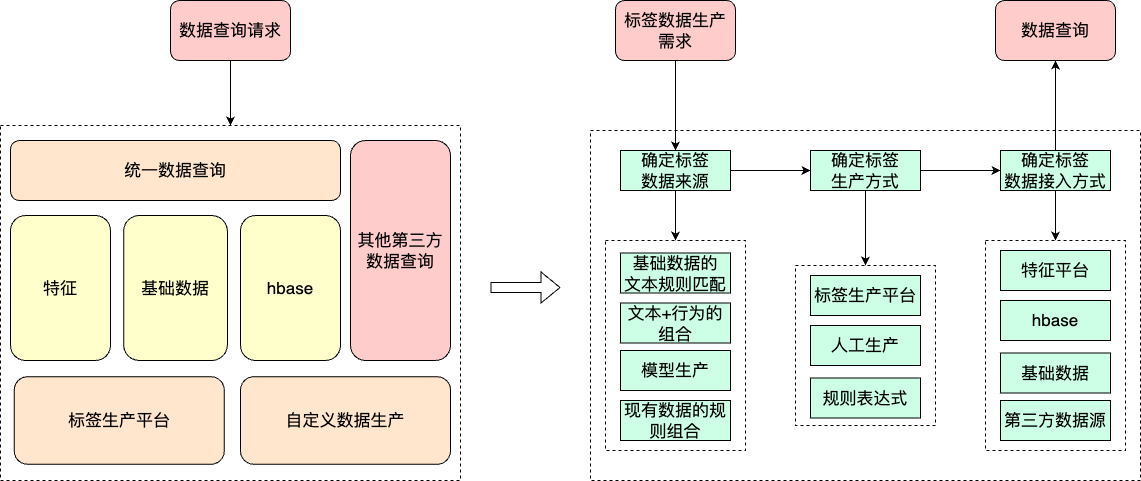
liujunao/draw-data keeps this draw.io diagram as work-draw-file/标签数据模块架构.png. Above is the earlier version. Source tidied: cells renumbered, new cells last; positions are measured from the earlier drawing's top-left corner, leaving out a move shared by most shapes. The source it was exported from:
```xml
<mxGraphModel>
  <root>
    <mxCell id="0" />
    <mxCell id="1" parent="0" />
    <mxCell id="2" style="rounded=0;whiteSpace=wrap;html=1;dashed=1;" parent="1" vertex="1">
      <mxGeometry x="590" y="130" width="550" height="350" as="geometry" />
    </mxCell>
    <mxCell id="3" style="rounded=0;whiteSpace=wrap;html=1;dashed=1;" parent="1" vertex="1">
      <mxGeometry x="795" y="265" width="140" height="160" as="geometry" />
    </mxCell>
    <mxCell id="4" style="rounded=0;whiteSpace=wrap;html=1;dashed=1;" parent="1" vertex="1">
      <mxGeometry x="605" y="240" width="140" height="210" as="geometry" />
    </mxCell>
    <mxCell id="5" style="rounded=0;whiteSpace=wrap;html=1;dashed=1;" parent="1" vertex="1">
      <mxGeometry y="125" width="460" height="355" as="geometry" />
    </mxCell>
    <mxCell id="6" style="edgeStyle=orthogonalEdgeStyle;rounded=0;jettySize=auto;html=1;exitX=0.5;exitY=1;exitDx=0;exitDy=0;entryX=0.5;entryY=0;entryDx=0;entryDy=0;" parent="1" edge="1" source="7" target="5">
      <mxGeometry relative="1" as="geometry" />
    </mxCell>
    <mxCell id="7" value="&lt;font size=&quot;3&quot;&gt;数据查询请求&lt;/font&gt;" style="rounded=1;whiteSpace=wrap;html=1;fillColor=#FFCCCC;" parent="1" vertex="1">
      <mxGeometry x="170" width="120" height="60" as="geometry" />
    </mxCell>
    <mxCell id="8" value="&lt;font size=&quot;3&quot;&gt;特征&lt;/font&gt;" style="rounded=1;whiteSpace=wrap;html=1;fillColor=#FFFFCC;" parent="1" vertex="1">
      <mxGeometry x="10" y="215" width="100" height="145" as="geometry" />
    </mxCell>
    <mxCell id="9" value="&lt;font size=&quot;3&quot;&gt;基础数据&lt;/font&gt;" style="rounded=1;whiteSpace=wrap;html=1;fillColor=#FFFFCC;" parent="1" vertex="1">
      <mxGeometry x="123.1" y="215" width="103.8" height="145" as="geometry" />
    </mxCell>
    <mxCell id="10" value="&lt;font size=&quot;3&quot;&gt;统一数据查询&lt;/font&gt;" style="rounded=1;whiteSpace=wrap;html=1;fillColor=#FFE6CC;" parent="1" vertex="1">
      <mxGeometry x="10" y="140" width="330" height="60" as="geometry" />
    </mxCell>
    <mxCell id="11" value="&lt;font size=&quot;3&quot;&gt;标签生产平台&lt;/font&gt;" style="rounded=1;whiteSpace=wrap;html=1;fillColor=#FFE6CC;" parent="1" vertex="1">
      <mxGeometry x="13.8" y="376.2" width="210" height="87.5" as="geometry" />
    </mxCell>
    <mxCell id="12" style="edgeStyle=orthogonalEdgeStyle;rounded=0;jettySize=auto;html=1;exitX=0.5;exitY=1;exitDx=0;exitDy=0;entryX=0.5;entryY=0;entryDx=0;entryDy=0;" parent="1" edge="1" source="14" target="4">
      <mxGeometry relative="1" as="geometry" />
    </mxCell>
    <mxCell id="13" style="edgeStyle=orthogonalEdgeStyle;rounded=0;jettySize=auto;html=1;exitX=1;exitY=0.5;exitDx=0;exitDy=0;entryX=0;entryY=0.5;entryDx=0;entryDy=0;" parent="1" edge="1" source="14" target="24">
      <mxGeometry relative="1" as="geometry" />
    </mxCell>
    <mxCell id="14" value="&lt;font size=&quot;3&quot;&gt;确定标签&lt;br&gt;数据来源&lt;/font&gt;" style="rounded=0;whiteSpace=wrap;html=1;fillColor=#CCFFE6;" parent="1" vertex="1">
      <mxGeometry x="620" y="150" width="110" height="40" as="geometry" />
    </mxCell>
    <mxCell id="15" value="&lt;font size=&quot;3&quot;&gt;基础数据的&lt;br&gt;文本规则匹配&lt;/font&gt;" style="rounded=0;whiteSpace=wrap;html=1;fillColor=#CCFFE6;" parent="1" vertex="1">
      <mxGeometry x="620" y="252.5" width="110" height="40" as="geometry" />
    </mxCell>
    <mxCell id="16" style="edgeStyle=orthogonalEdgeStyle;rounded=0;jettySize=auto;html=1;exitX=0.5;exitY=1;exitDx=0;exitDy=0;entryX=0.5;entryY=0;entryDx=0;entryDy=0;" parent="1" edge="1" source="18" target="35">
      <mxGeometry relative="1" as="geometry" />
    </mxCell>
    <mxCell id="17" style="edgeStyle=orthogonalEdgeStyle;rounded=0;jettySize=auto;html=1;exitX=0.5;exitY=0;exitDx=0;exitDy=0;entryX=0.5;entryY=1;entryDx=0;entryDy=0;" parent="1" edge="1" source="18" target="32">
      <mxGeometry relative="1" as="geometry" />
    </mxCell>
    <mxCell id="18" value="&lt;font size=&quot;3&quot;&gt;确定标签&lt;br&gt;数据接入方式&lt;/font&gt;" style="rounded=0;whiteSpace=wrap;html=1;fillColor=#CCFFE6;" parent="1" vertex="1">
      <mxGeometry x="1000" y="150" width="110" height="40" as="geometry" />
    </mxCell>
    <mxCell id="19" value="&lt;font size=&quot;3&quot;&gt;规则表达式&lt;/font&gt;" style="rounded=0;whiteSpace=wrap;html=1;fillColor=#CCFFE6;" parent="1" vertex="1">
      <mxGeometry x="810" y="377.5" width="110" height="40" as="geometry" />
    </mxCell>
    <mxCell id="20" value="&lt;font size=&quot;3&quot;&gt;人工生产&lt;/font&gt;" style="rounded=0;whiteSpace=wrap;html=1;fillColor=#CCFFE6;" parent="1" vertex="1">
      <mxGeometry x="810" y="325" width="110" height="40" as="geometry" />
    </mxCell>
    <mxCell id="21" value="&lt;font size=&quot;3&quot;&gt;标签生产平台&lt;/font&gt;" style="rounded=0;whiteSpace=wrap;html=1;fillColor=#CCFFE6;" parent="1" vertex="1">
      <mxGeometry x="810" y="275" width="110" height="40" as="geometry" />
    </mxCell>
    <mxCell id="22" style="edgeStyle=orthogonalEdgeStyle;rounded=0;jettySize=auto;html=1;exitX=0.5;exitY=1;exitDx=0;exitDy=0;entryX=0.5;entryY=0;entryDx=0;entryDy=0;" parent="1" edge="1" source="24" target="3">
      <mxGeometry relative="1" as="geometry" />
    </mxCell>
    <mxCell id="23" style="edgeStyle=orthogonalEdgeStyle;rounded=0;jettySize=auto;html=1;exitX=1;exitY=0.5;exitDx=0;exitDy=0;" parent="1" edge="1" source="24" target="18">
      <mxGeometry relative="1" as="geometry" />
    </mxCell>
    <mxCell id="24" value="&lt;font size=&quot;3&quot;&gt;确定标签&lt;br&gt;生产方式&lt;/font&gt;" style="rounded=0;whiteSpace=wrap;html=1;fillColor=#CCFFE6;" parent="1" vertex="1">
      <mxGeometry x="810" y="150" width="110" height="40" as="geometry" />
    </mxCell>
    <mxCell id="25" value="&lt;font size=&quot;3&quot;&gt;模型生产&lt;/font&gt;" style="rounded=0;whiteSpace=wrap;html=1;fillColor=#CCFFE6;" parent="1" vertex="1">
      <mxGeometry x="620" y="350" width="110" height="40" as="geometry" />
    </mxCell>
    <mxCell id="26" value="&lt;font size=&quot;3&quot;&gt;hbase&lt;/font&gt;" style="rounded=1;whiteSpace=wrap;html=1;fillColor=#FFFFCC;" parent="1" vertex="1">
      <mxGeometry x="240" y="215" width="100" height="145" as="geometry" />
    </mxCell>
    <mxCell id="27" style="edgeStyle=orthogonalEdgeStyle;rounded=0;jettySize=auto;html=1;exitX=0.5;exitY=1;exitDx=0;exitDy=0;entryX=0.5;entryY=0;entryDx=0;entryDy=0;" parent="1" edge="1" source="28" target="14">
      <mxGeometry relative="1" as="geometry" />
    </mxCell>
    <mxCell id="28" value="&lt;font size=&quot;3&quot;&gt;标签数据生产需求&lt;/font&gt;" style="rounded=1;whiteSpace=wrap;html=1;fillColor=#FFCCCC;" parent="1" vertex="1">
      <mxGeometry x="615" width="120" height="60" as="geometry" />
    </mxCell>
    <mxCell id="29" style="shape=flexArrow;endArrow=classic;html=1;rounded=0;" parent="1" edge="1">
      <mxGeometry relative="1" as="geometry">
        <mxPoint x="490" y="287" as="sourcePoint" />
        <mxPoint x="560" y="287" as="targetPoint" />
      </mxGeometry>
    </mxCell>
    <mxCell id="30" value="&lt;font size=&quot;3&quot;&gt;其他第三方数据查询&lt;/font&gt;" style="rounded=1;whiteSpace=wrap;html=1;fillColor=#FFCCCC;" parent="1" vertex="1">
      <mxGeometry x="350" y="140" width="100" height="220" as="geometry" />
    </mxCell>
    <mxCell id="31" value="&lt;font size=&quot;3&quot;&gt;自定义数据生产&lt;/font&gt;" style="rounded=1;whiteSpace=wrap;html=1;fillColor=#FFE6CC;" parent="1" vertex="1">
      <mxGeometry x="240" y="376.2" width="210" height="87.5" as="geometry" />
    </mxCell>
    <mxCell id="32" value="&lt;font size=&quot;3&quot;&gt;数据查询&lt;/font&gt;" style="rounded=1;whiteSpace=wrap;html=1;fillColor=#FFCCCC;" parent="1" vertex="1">
      <mxGeometry x="995" width="120" height="60" as="geometry" />
    </mxCell>
    <mxCell id="33" value="&lt;font size=&quot;3&quot;&gt;文本+行为的组合&lt;/font&gt;" style="rounded=0;whiteSpace=wrap;html=1;fillColor=#CCFFE6;" parent="1" vertex="1">
      <mxGeometry x="620" y="302.5" width="110" height="40" as="geometry" />
    </mxCell>
    <mxCell id="34" value="&lt;font size=&quot;3&quot;&gt;现有数据的规则组合&lt;/font&gt;" style="rounded=0;whiteSpace=wrap;html=1;fillColor=#CCFFE6;" parent="1" vertex="1">
      <mxGeometry x="620" y="400" width="110" height="40" as="geometry" />
    </mxCell>
    <mxCell id="35" style="rounded=0;whiteSpace=wrap;html=1;dashed=1;" parent="1" vertex="1">
      <mxGeometry x="985" y="240" width="140" height="210" as="geometry" />
    </mxCell>
    <mxCell id="36" value="&lt;font size=&quot;3&quot;&gt;基础数据&lt;/font&gt;" style="rounded=0;whiteSpace=wrap;html=1;fillColor=#CCFFE6;" parent="1" vertex="1">
      <mxGeometry x="1000" y="352.5" width="110" height="40" as="geometry" />
    </mxCell>
    <mxCell id="37" value="&lt;font size=&quot;3&quot;&gt;hbase&lt;/font&gt;" style="rounded=0;whiteSpace=wrap;html=1;fillColor=#CCFFE6;" parent="1" vertex="1">
      <mxGeometry x="1000" y="300" width="110" height="40" as="geometry" />
    </mxCell>
    <mxCell id="38" value="&lt;font size=&quot;3&quot;&gt;特征平台&lt;/font&gt;" style="rounded=0;whiteSpace=wrap;html=1;fillColor=#CCFFE6;" parent="1" vertex="1">
      <mxGeometry x="1000" y="250" width="110" height="40" as="geometry" />
    </mxCell>
    <mxCell id="39" value="&lt;font size=&quot;3&quot;&gt;第三方数据源&lt;/font&gt;" style="rounded=0;whiteSpace=wrap;html=1;fillColor=#CCFFE6;" parent="1" vertex="1">
      <mxGeometry x="1000" y="400" width="110" height="40" as="geometry" />
    </mxCell>
  </root>
</mxGraphModel>
```
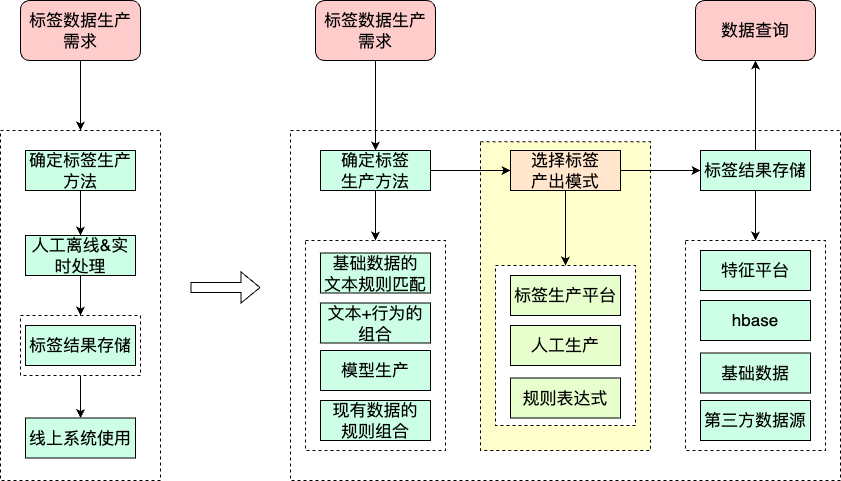
After the change.

Commit message:
更新标签数据模块架构.png

What changed in the source:
```diff
@@ -5,40 +5,31 @@
     <mxCell id="2" style="rounded=0;whiteSpace=wrap;html=1;dashed=1;" parent="1" vertex="1">
       <mxGeometry x="590" y="130" width="550" height="350" as="geometry" />
     </mxCell>
+    <mxCell id="40" style="rounded=0;whiteSpace=wrap;html=1;dashed=1;fillColor=#FFFFCC;" parent="1" vertex="1">
+      <mxGeometry x="780" y="141.2" width="170" height="308.8" as="geometry" />
+    </mxCell>
+    <mxCell id="41" style="rounded=0;whiteSpace=wrap;html=1;dashed=1;" parent="1" vertex="1">
+      <mxGeometry x="300" y="130" width="160" height="350" as="geometry" />
+    </mxCell>
+    <mxCell id="42" style="edgeStyle=orthogonalEdgeStyle;rounded=0;jettySize=auto;html=1;exitX=0.5;exitY=1;exitDx=0;exitDy=0;entryX=0.5;entryY=0;entryDx=0;entryDy=0;" parent="1" edge="1" source="43" target="51">
+      <mxGeometry relative="1" as="geometry" />
+    </mxCell>
+    <mxCell id="43" style="rounded=0;whiteSpace=wrap;html=1;dashed=1;" parent="1" vertex="1">
+      <mxGeometry x="320" y="315" width="120" height="60" as="geometry" />
+    </mxCell>
     <mxCell id="3" style="rounded=0;whiteSpace=wrap;html=1;dashed=1;" parent="1" vertex="1">
       <mxGeometry x="795" y="265" width="140" height="160" as="geometry" />
     </mxCell>
     <mxCell id="4" style="rounded=0;whiteSpace=wrap;html=1;dashed=1;" parent="1" vertex="1">
       <mxGeometry x="605" y="240" width="140" height="210" as="geometry" />
     </mxCell>
-    <mxCell id="5" style="rounded=0;whiteSpace=wrap;html=1;dashed=1;" parent="1" vertex="1">
-      <mxGeometry y="125" width="460" height="355" as="geometry" />
-    </mxCell>
-    <mxCell id="6" style="edgeStyle=orthogonalEdgeStyle;rounded=0;jettySize=auto;html=1;exitX=0.5;exitY=1;exitDx=0;exitDy=0;entryX=0.5;entryY=0;entryDx=0;entryDy=0;" parent="1" edge="1" source="7" target="5">
-      <mxGeometry relative="1" as="geometry" />
-    </mxCell>
-    <mxCell id="7" value="&lt;font size=&quot;3&quot;&gt;数据查询请求&lt;/font&gt;" style="rounded=1;whiteSpace=wrap;html=1;fillColor=#FFCCCC;" parent="1" vertex="1">
-      <mxGeometry x="170" width="120" height="60" as="geometry" />
-    </mxCell>
-    <mxCell id="8" value="&lt;font size=&quot;3&quot;&gt;特征&lt;/font&gt;" style="rounded=1;whiteSpace=wrap;html=1;fillColor=#FFFFCC;" parent="1" vertex="1">
-      <mxGeometry x="10" y="215" width="100" height="145" as="geometry" />
-    </mxCell>
-    <mxCell id="9" value="&lt;font size=&quot;3&quot;&gt;基础数据&lt;/font&gt;" style="rounded=1;whiteSpace=wrap;html=1;fillColor=#FFFFCC;" parent="1" vertex="1">
-      <mxGeometry x="123.1" y="215" width="103.8" height="145" as="geometry" />
-    </mxCell>
-    <mxCell id="10" value="&lt;font size=&quot;3&quot;&gt;统一数据查询&lt;/font&gt;" style="rounded=1;whiteSpace=wrap;html=1;fillColor=#FFE6CC;" parent="1" vertex="1">
-      <mxGeometry x="10" y="140" width="330" height="60" as="geometry" />
-    </mxCell>
-    <mxCell id="11" value="&lt;font size=&quot;3&quot;&gt;标签生产平台&lt;/font&gt;" style="rounded=1;whiteSpace=wrap;html=1;fillColor=#FFE6CC;" parent="1" vertex="1">
-      <mxGeometry x="13.8" y="376.2" width="210" height="87.5" as="geometry" />
-    </mxCell>
     <mxCell id="12" style="edgeStyle=orthogonalEdgeStyle;rounded=0;jettySize=auto;html=1;exitX=0.5;exitY=1;exitDx=0;exitDy=0;entryX=0.5;entryY=0;entryDx=0;entryDy=0;" parent="1" edge="1" source="14" target="4">
       <mxGeometry relative="1" as="geometry" />
     </mxCell>
     <mxCell id="13" style="edgeStyle=orthogonalEdgeStyle;rounded=0;jettySize=auto;html=1;exitX=1;exitY=0.5;exitDx=0;exitDy=0;entryX=0;entryY=0.5;entryDx=0;entryDy=0;" parent="1" edge="1" source="14" target="24">
       <mxGeometry relative="1" as="geometry" />
     </mxCell>
-    <mxCell id="14" value="&lt;font size=&quot;3&quot;&gt;确定标签&lt;br&gt;数据来源&lt;/font&gt;" style="rounded=0;whiteSpace=wrap;html=1;fillColor=#CCFFE6;" parent="1" vertex="1">
+    <mxCell id="14" value="&lt;font size=&quot;3&quot;&gt;确定标签&lt;br&gt;生产方法&lt;br&gt;&lt;/font&gt;" style="rounded=0;whiteSpace=wrap;html=1;fillColor=#CCFFE6;" parent="1" vertex="1">
       <mxGeometry x="620" y="150" width="110" height="40" as="geometry" />
     </mxCell>
     <mxCell id="15" value="&lt;font size=&quot;3&quot;&gt;基础数据的&lt;br&gt;文本规则匹配&lt;/font&gt;" style="rounded=0;whiteSpace=wrap;html=1;fillColor=#CCFFE6;" parent="1" vertex="1">
@@ -50,33 +41,30 @@
     <mxCell id="17" style="edgeStyle=orthogonalEdgeStyle;rounded=0;jettySize=auto;html=1;exitX=0.5;exitY=0;exitDx=0;exitDy=0;entryX=0.5;entryY=1;entryDx=0;entryDy=0;" parent="1" edge="1" source="18" target="32">
       <mxGeometry relative="1" as="geometry" />
     </mxCell>
-    <mxCell id="18" value="&lt;font size=&quot;3&quot;&gt;确定标签&lt;br&gt;数据接入方式&lt;/font&gt;" style="rounded=0;whiteSpace=wrap;html=1;fillColor=#CCFFE6;" parent="1" vertex="1">
+    <mxCell id="18" value="&lt;font size=&quot;3&quot;&gt;标签结果存储&lt;/font&gt;" style="rounded=0;whiteSpace=wrap;html=1;fillColor=#CCFFE6;" parent="1" vertex="1">
       <mxGeometry x="1000" y="150" width="110" height="40" as="geometry" />
     </mxCell>
-    <mxCell id="19" value="&lt;font size=&quot;3&quot;&gt;规则表达式&lt;/font&gt;" style="rounded=0;whiteSpace=wrap;html=1;fillColor=#CCFFE6;" parent="1" vertex="1">
+    <mxCell id="19" value="&lt;font size=&quot;3&quot;&gt;规则表达式&lt;/font&gt;" style="rounded=0;whiteSpace=wrap;html=1;fillColor=#E6FFCC;" parent="1" vertex="1">
       <mxGeometry x="810" y="377.5" width="110" height="40" as="geometry" />
     </mxCell>
-    <mxCell id="20" value="&lt;font size=&quot;3&quot;&gt;人工生产&lt;/font&gt;" style="rounded=0;whiteSpace=wrap;html=1;fillColor=#CCFFE6;" parent="1" vertex="1">
+    <mxCell id="20" value="&lt;font size=&quot;3&quot;&gt;人工生产&lt;/font&gt;" style="rounded=0;whiteSpace=wrap;html=1;fillColor=#E6FFCC;" parent="1" vertex="1">
       <mxGeometry x="810" y="325" width="110" height="40" as="geometry" />
     </mxCell>
-    <mxCell id="21" value="&lt;font size=&quot;3&quot;&gt;标签生产平台&lt;/font&gt;" style="rounded=0;whiteSpace=wrap;html=1;fillColor=#CCFFE6;" parent="1" vertex="1">
+    <mxCell id="21" value="&lt;font size=&quot;3&quot;&gt;标签生产平台&lt;/font&gt;" style="rounded=0;whiteSpace=wrap;html=1;fillColor=#E6FFCC;" parent="1" vertex="1">
       <mxGeometry x="810" y="275" width="110" height="40" as="geometry" />
     </mxCell>
+    <mxCell id="23" style="edgeStyle=orthogonalEdgeStyle;rounded=0;jettySize=auto;html=1;exitX=1;exitY=0.5;exitDx=0;exitDy=0;" parent="1" edge="1" source="24" target="18">
+      <mxGeometry relative="1" as="geometry" />
+    </mxCell>
     <mxCell id="22" style="edgeStyle=orthogonalEdgeStyle;rounded=0;jettySize=auto;html=1;exitX=0.5;exitY=1;exitDx=0;exitDy=0;entryX=0.5;entryY=0;entryDx=0;entryDy=0;" parent="1" edge="1" source="24" target="3">
       <mxGeometry relative="1" as="geometry" />
     </mxCell>
-    <mxCell id="23" style="edgeStyle=orthogonalEdgeStyle;rounded=0;jettySize=auto;html=1;exitX=1;exitY=0.5;exitDx=0;exitDy=0;" parent="1" edge="1" source="24" target="18">
-      <mxGeometry relative="1" as="geometry" />
-    </mxCell>
-    <mxCell id="24" value="&lt;font size=&quot;3&quot;&gt;确定标签&lt;br&gt;生产方式&lt;/font&gt;" style="rounded=0;whiteSpace=wrap;html=1;fillColor=#CCFFE6;" parent="1" vertex="1">
+    <mxCell id="24" value="&lt;font size=&quot;3&quot;&gt;选择标签&lt;br&gt;产出模式&lt;br&gt;&lt;/font&gt;" style="rounded=0;whiteSpace=wrap;html=1;fillColor=#FFE6CC;" parent="1" vertex="1">
       <mxGeometry x="810" y="150" width="110" height="40" as="geometry" />
     </mxCell>
     <mxCell id="25" value="&lt;font size=&quot;3&quot;&gt;模型生产&lt;/font&gt;" style="rounded=0;whiteSpace=wrap;html=1;fillColor=#CCFFE6;" parent="1" vertex="1">
       <mxGeometry x="620" y="350" width="110" height="40" as="geometry" />
     </mxCell>
-    <mxCell id="26" value="&lt;font size=&quot;3&quot;&gt;hbase&lt;/font&gt;" style="rounded=1;whiteSpace=wrap;html=1;fillColor=#FFFFCC;" parent="1" vertex="1">
-      <mxGeometry x="240" y="215" width="100" height="145" as="geometry" />
-    </mxCell>
     <mxCell id="27" style="edgeStyle=orthogonalEdgeStyle;rounded=0;jettySize=auto;html=1;exitX=0.5;exitY=1;exitDx=0;exitDy=0;entryX=0.5;entryY=0;entryDx=0;entryDy=0;" parent="1" edge="1" source="28" target="14">
       <mxGeometry relative="1" as="geometry" />
     </mxCell>
@@ -89,19 +77,13 @@
         <mxPoint x="560" y="287" as="targetPoint" />
       </mxGeometry>
     </mxCell>
-    <mxCell id="30" value="&lt;font size=&quot;3&quot;&gt;其他第三方数据查询&lt;/font&gt;" style="rounded=1;whiteSpace=wrap;html=1;fillColor=#FFCCCC;" parent="1" vertex="1">
-      <mxGeometry x="350" y="140" width="100" height="220" as="geometry" />
-    </mxCell>
-    <mxCell id="31" value="&lt;font size=&quot;3&quot;&gt;自定义数据生产&lt;/font&gt;" style="rounded=1;whiteSpace=wrap;html=1;fillColor=#FFE6CC;" parent="1" vertex="1">
-      <mxGeometry x="240" y="376.2" width="210" height="87.5" as="geometry" />
-    </mxCell>
     <mxCell id="32" value="&lt;font size=&quot;3&quot;&gt;数据查询&lt;/font&gt;" style="rounded=1;whiteSpace=wrap;html=1;fillColor=#FFCCCC;" parent="1" vertex="1">
       <mxGeometry x="995" width="120" height="60" as="geometry" />
     </mxCell>
     <mxCell id="33" value="&lt;font size=&quot;3&quot;&gt;文本+行为的组合&lt;/font&gt;" style="rounded=0;whiteSpace=wrap;html=1;fillColor=#CCFFE6;" parent="1" vertex="1">
       <mxGeometry x="620" y="302.5" width="110" height="40" as="geometry" />
     </mxCell>
-    <mxCell id="34" value="&lt;font size=&quot;3&quot;&gt;现有数据的规则组合&lt;/font&gt;" style="rounded=0;whiteSpace=wrap;html=1;fillColor=#CCFFE6;" parent="1" vertex="1">
+    <mxCell id="34" value="&lt;font size=&quot;3&quot;&gt;现有数据的&lt;br&gt;规则组合&lt;/font&gt;" style="rounded=0;whiteSpace=wrap;html=1;fillColor=#CCFFE6;" parent="1" vertex="1">
       <mxGeometry x="620" y="400" width="110" height="40" as="geometry" />
     </mxCell>
     <mxCell id="35" style="rounded=0;whiteSpace=wrap;html=1;dashed=1;" parent="1" vertex="1">
@@ -119,5 +101,29 @@
     <mxCell id="39" value="&lt;font size=&quot;3&quot;&gt;第三方数据源&lt;/font&gt;" style="rounded=0;whiteSpace=wrap;html=1;fillColor=#CCFFE6;" parent="1" vertex="1">
       <mxGeometry x="1000" y="400" width="110" height="40" as="geometry" />
     </mxCell>
+    <mxCell id="44" style="edgeStyle=orthogonalEdgeStyle;rounded=0;jettySize=auto;html=1;exitX=0.5;exitY=1;exitDx=0;exitDy=0;entryX=0.5;entryY=0;entryDx=0;entryDy=0;" parent="1" edge="1" source="45" target="41">
+      <mxGeometry relative="1" as="geometry" />
+    </mxCell>
+    <mxCell id="45" value="&lt;font size=&quot;3&quot;&gt;标签数据生产需求&lt;/font&gt;" style="rounded=1;whiteSpace=wrap;html=1;fillColor=#FFCCCC;" parent="1" vertex="1">
+      <mxGeometry x="320" width="120" height="60" as="geometry" />
+    </mxCell>
+    <mxCell id="46" style="edgeStyle=orthogonalEdgeStyle;rounded=0;jettySize=auto;html=1;exitX=0.5;exitY=1;exitDx=0;exitDy=0;entryX=0.5;entryY=0;entryDx=0;entryDy=0;" parent="1" edge="1" source="47" target="49">
+      <mxGeometry relative="1" as="geometry" />
+    </mxCell>
+    <mxCell id="47" value="&lt;font size=&quot;3&quot;&gt;确定标签生产方法&lt;/font&gt;" style="rounded=0;whiteSpace=wrap;html=1;fillColor=#CCFFE6;" parent="1" vertex="1">
+      <mxGeometry x="325" y="150" width="110" height="40" as="geometry" />
+    </mxCell>
+    <mxCell id="48" style="edgeStyle=orthogonalEdgeStyle;rounded=0;jettySize=auto;html=1;exitX=0.5;exitY=1;exitDx=0;exitDy=0;entryX=0.5;entryY=0;entryDx=0;entryDy=0;" parent="1" edge="1" source="49" target="43">
+      <mxGeometry relative="1" as="geometry" />
+    </mxCell>
+    <mxCell id="49" value="&lt;font size=&quot;3&quot;&gt;人工离线&amp;amp;实时处理&lt;/font&gt;" style="rounded=0;whiteSpace=wrap;html=1;fillColor=#CCFFE6;" parent="1" vertex="1">
+      <mxGeometry x="325" y="235" width="110" height="40" as="geometry" />
+    </mxCell>
+    <mxCell id="50" value="&lt;font size=&quot;3&quot;&gt;标签结果存储&lt;/font&gt;" style="rounded=0;whiteSpace=wrap;html=1;fillColor=#CCFFE6;" parent="1" vertex="1">
+      <mxGeometry x="325" y="325" width="110" height="40" as="geometry" />
+    </mxCell>
+    <mxCell id="51" value="&lt;font size=&quot;3&quot;&gt;线上系统使用&lt;/font&gt;" style="rounded=0;whiteSpace=wrap;html=1;fillColor=#CCFFE6;" parent="1" vertex="1">
+      <mxGeometry x="325" y="417.5" width="110" height="40" as="geometry" />
+    </mxCell>
   </root>
 </mxGraphModel>
```
